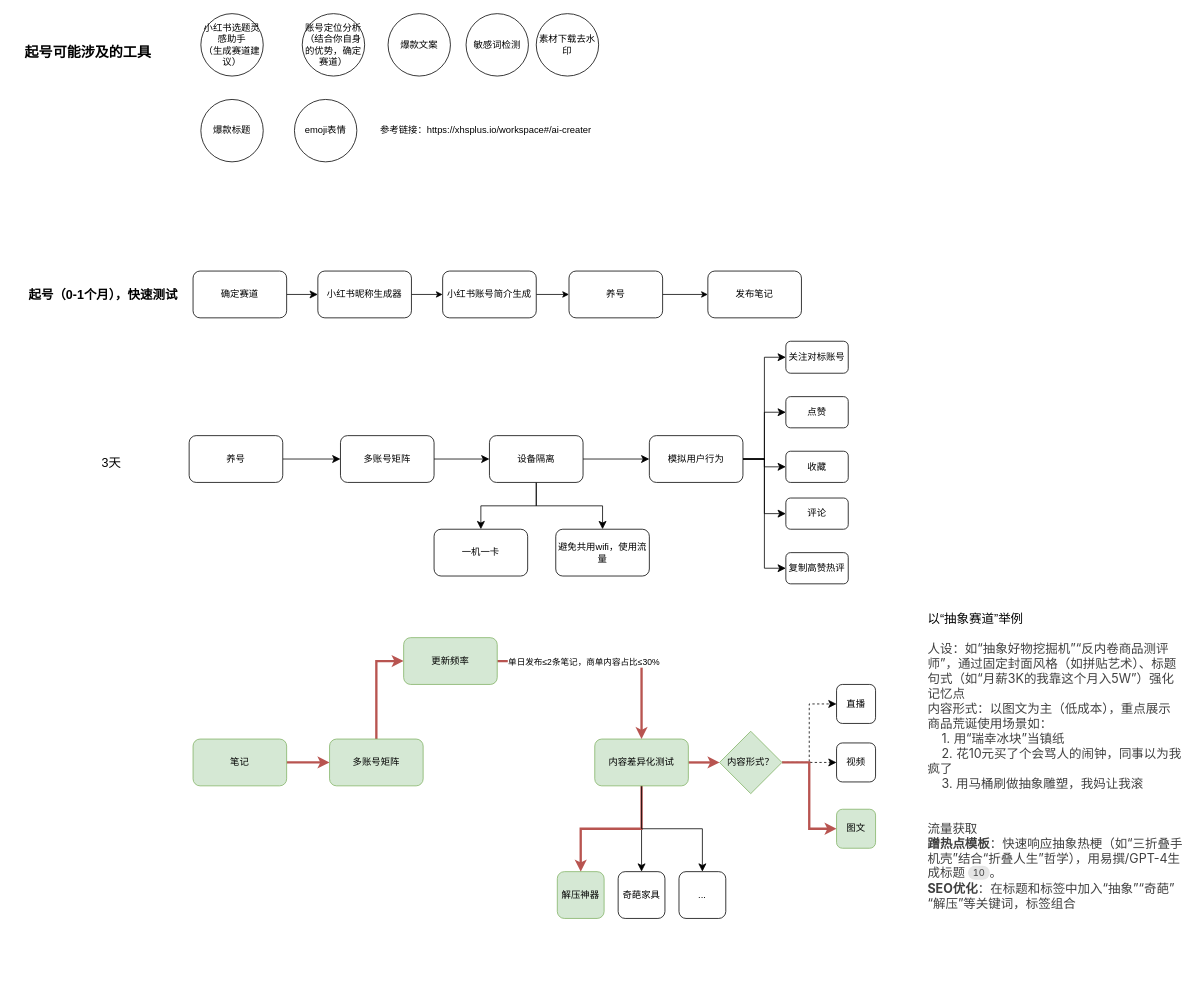
Before: 小红书.drawio in wanglongsxr/drawio, a draw.io diagram. Source tidied: cells renumbered, new cells numbered last; positions are measured from the earlier drawing's top-left corner, leaving out a move shared by most shapes. Both pictures are drawn from the tidied source at 78%, with x=0, y=0 at pixel (13, 13).
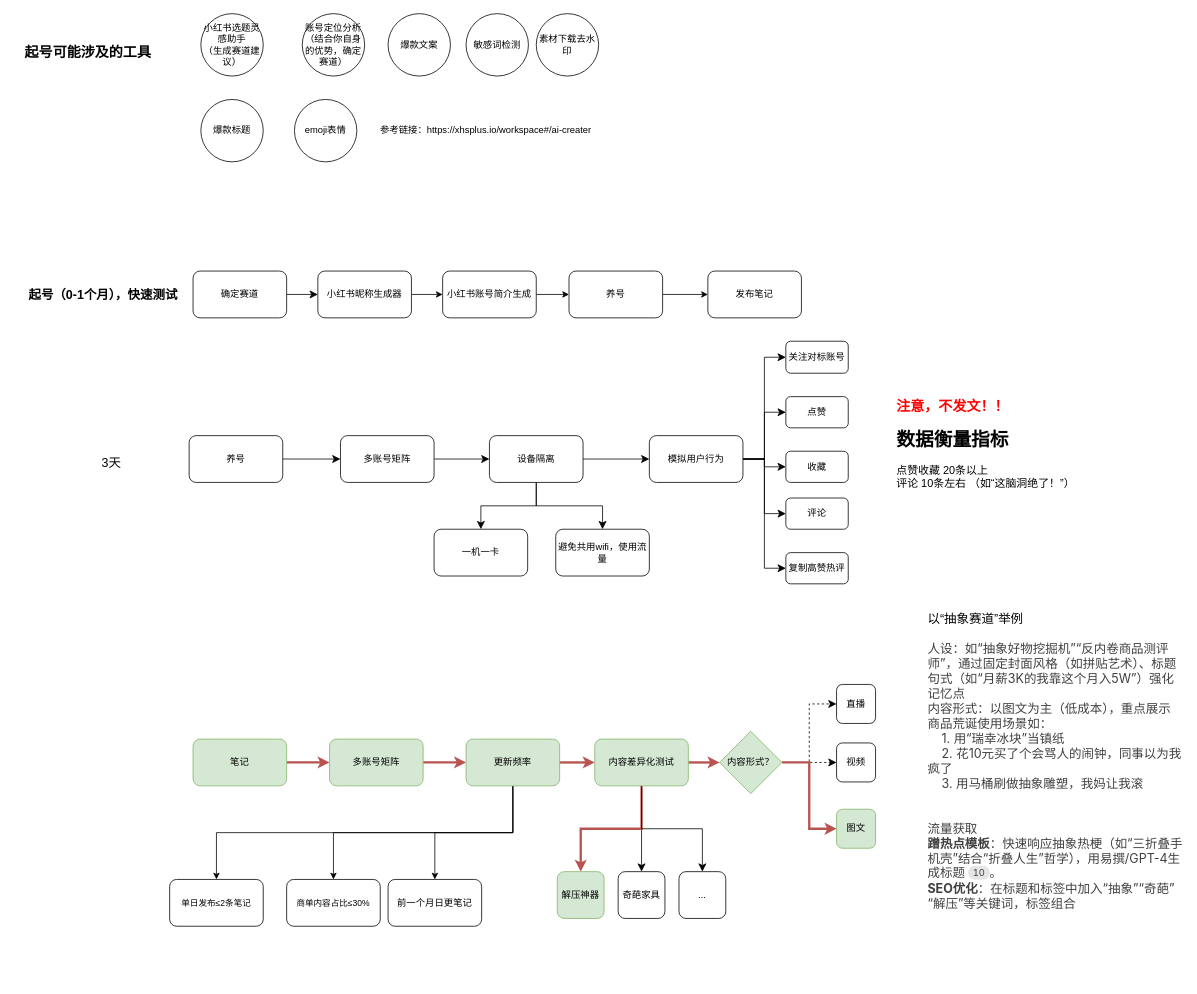
After the change.

Commit message (it also covers changes not shown here):
更新小红书.drawio

Unchanged cells that the change refers to:
```xml
<mxCell id="54" style="edgeStyle=orthogonalEdgeStyle;rounded=0;jettySize=auto;html=1;exitX=1;exitY=0.5;exitDx=0;exitDy=0;fontSize=12;fillColor=#f8cecc;strokeColor=#b85450;strokeWidth=3;" parent="1" edge="1" source="56" target="38">
  <mxGeometry relative="1" as="geometry" />
</mxCell>
```

What changed in the source:
```diff
@@
-    <mxCell id="55" value="&lt;span style=&quot;font-size: 11px;&quot;&gt;单日发布≤2条笔记，商单内容占比≤30%&lt;/span&gt;" style="edgeLabel;html=1;align=center;verticalAlign=middle;fontSize=12;" parent="54" vertex="1">
-      <mxGeometry x="-0.23" relative="1" as="geometry" />
-    </mxCell>
+    <mxCell id="66" style="edgeStyle=orthogonalEdgeStyle;rounded=0;jettySize=auto;html=1;exitX=0.5;exitY=1;exitDx=0;exitDy=0;entryX=0.5;entryY=0;entryDx=0;entryDy=0;" parent="1" edge="1" source="56" target="70">
+      <mxGeometry relative="1" as="geometry" />
+    </mxCell>
+    <mxCell id="67" style="edgeStyle=orthogonalEdgeStyle;rounded=0;jettySize=auto;html=1;exitX=0.5;exitY=1;exitDx=0;exitDy=0;entryX=0.5;entryY=0;entryDx=0;entryDy=0;" parent="1" edge="1" source="56" target="71">
+      <mxGeometry relative="1" as="geometry" />
+    </mxCell>
+    <mxCell id="68" style="edgeStyle=orthogonalEdgeStyle;rounded=0;jettySize=auto;html=1;exitX=0.5;exitY=1;exitDx=0;exitDy=0;entryX=0.5;entryY=0;entryDx=0;entryDy=0;" parent="1" edge="1" source="56" target="72">
+      <mxGeometry relative="1" as="geometry" />
+    </mxCell>
     <mxCell id="56" value="更新频率" style="rounded=1;whiteSpace=wrap;html=1;fillColor=#d5e8d4;strokeColor=#82b366;" parent="1" vertex="1">
-      <mxGeometry x="500" y="800" width="120" height="60" as="geometry" />
+      <mxGeometry x="580" y="930" width="120" height="60" as="geometry" />
     </mxCell>
@@
+    <mxCell id="69" value="&lt;h1 style=&quot;margin-top: 0px;&quot;&gt;&lt;b style=&quot;color: rgb(255, 0, 0); text-align: center; white-space: nowrap;&quot;&gt;&lt;font style=&quot;font-size: 18px;&quot;&gt;注意，不发文！！&lt;/font&gt;&lt;/b&gt;&lt;br&gt;&lt;/h1&gt;&lt;h1 style=&quot;margin-top: 0px;&quot;&gt;数据衡量指标&lt;/h1&gt;&lt;div&gt;&lt;font style=&quot;font-size: 14px;&quot;&gt;点赞收藏 20条以上&lt;/font&gt;&lt;/div&gt;&lt;div&gt;&lt;font style=&quot;font-size: 14px;&quot;&gt;评论 10条左右 （如“这脑洞绝了！”）&lt;/font&gt;&lt;/div&gt;" style="text;html=1;whiteSpace=wrap;overflow=hidden;rounded=0;" parent="1" vertex="1">
+      <mxGeometry x="1130" y="481" width="260" height="200" as="geometry" />
+    </mxCell>
+    <mxCell id="70" value="&lt;span style=&quot;font-size: 11px; white-space: nowrap; background-color: rgb(255, 255, 255);&quot;&gt;单日发布≤2条笔记&lt;/span&gt;" style="rounded=1;whiteSpace=wrap;html=1;" parent="1" vertex="1">
+      <mxGeometry x="200" y="1110" width="120" height="60" as="geometry" />
+    </mxCell>
+    <mxCell id="71" value="&lt;span style=&quot;font-size: 11px; white-space: nowrap; background-color: rgb(255, 255, 255);&quot;&gt;商单内容占比≤30%&lt;/span&gt;" style="rounded=1;whiteSpace=wrap;html=1;" parent="1" vertex="1">
+      <mxGeometry x="350" y="1110" width="120" height="60" as="geometry" />
+    </mxCell>
+    <mxCell id="72" value="前一个月日更笔记" style="rounded=1;whiteSpace=wrap;html=1;" parent="1" vertex="1">
+      <mxGeometry x="480" y="1110" width="120" height="60" as="geometry" />
+    </mxCell>
```
